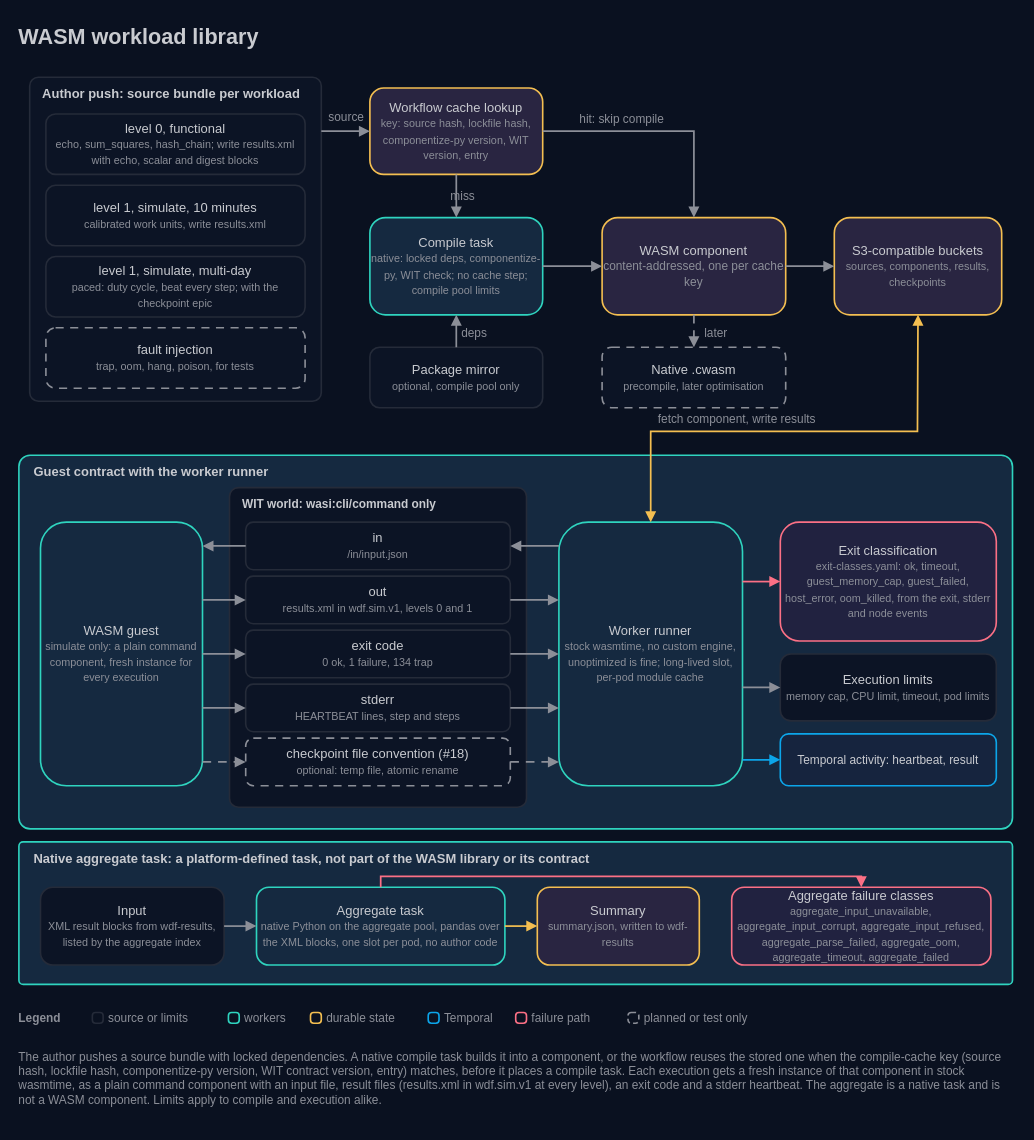
This is docs/architecture/14-wasm-workload-library.drawio from AndoNorth/wasm-dag-forge, a draw.io file, before an edit. Source tidied: cells renumbered, new cells numbered last; positions are measured from the earlier drawing's top-left corner, leaving out a move shared by most shapes. Both pictures are drawn from the tidied source at 108%, with x=0, y=0 at pixel (18, 18).
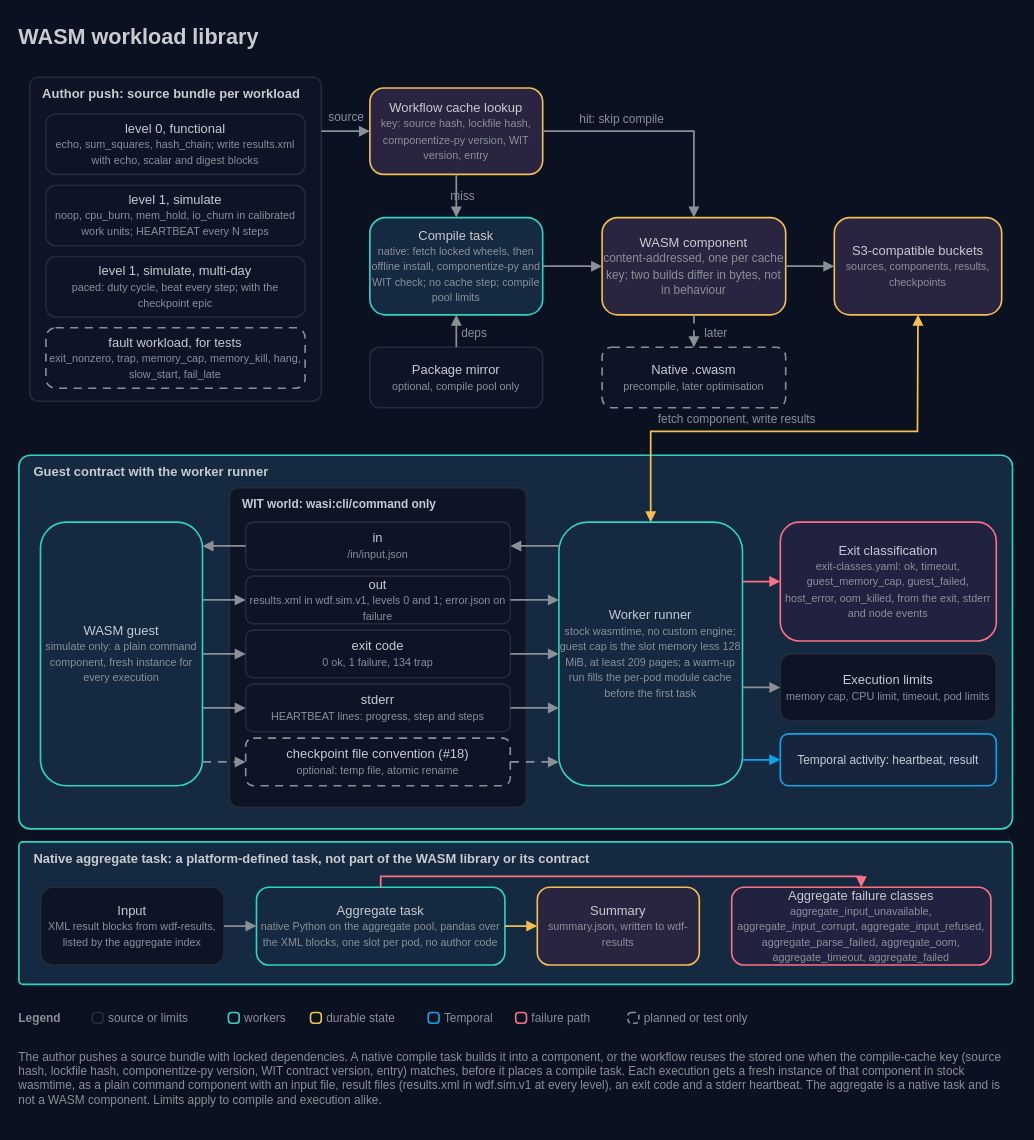
Above is the later version.

Commit message (it also covers changes not shown here):
docs(workload): exit test record and closure of the workload toolchain spec, refined architecture note

Change to the diagram source:
```diff
@@
-    <mxCell id="5" value="level 1, simulate, 10 minutes&lt;br&gt;&lt;font color=&quot;#8c8f98&quot; style=&quot;font-size:10px&quot;&gt;calibrated work units, write results.xml&lt;/font&gt;" style="rounded=1;arcSize=16;html=1;whiteSpace=wrap;fillColor=#0c1425;strokeColor=#252b39;strokeWidth=1.5;fontColor=#c9cbd0;fontSize=12;fontFamily=IBM Plex Sans;align=center;verticalAlign=middle;" parent="1" vertex="1">
+    <mxCell id="5" value="level 1, simulate&lt;br&gt;&lt;font color=&quot;#8c8f98&quot; style=&quot;font-size:10px&quot;&gt;noop, cpu_burn, mem_hold, io_churn in calibrated work units; HEARTBEAT every N steps&lt;/font&gt;" style="rounded=1;arcSize=16;html=1;whiteSpace=wrap;fillColor=#0c1425;strokeColor=#252b39;strokeWidth=1.5;fontColor=#c9cbd0;fontSize=12;fontFamily=IBM Plex Sans;align=center;verticalAlign=middle;" parent="1" vertex="1">
       <mxGeometry x="25" y="154" width="240" height="56" as="geometry" />
     </mxCell>
@@
-    <mxCell id="8" value="fault injection&lt;br&gt;&lt;font color=&quot;#8c8f98&quot; style=&quot;font-size:10px&quot;&gt;trap, oom, hang, poison, for tests&lt;/font&gt;" style="rounded=1;arcSize=16;html=1;whiteSpace=wrap;fillColor=#0c1425;strokeColor=#8c8f98;strokeWidth=1.5;dashed=1;dashPattern=5 4;fontColor=#c9cbd0;fontSize=12;fontFamily=IBM Plex Sans;align=center;verticalAlign=middle;" parent="1" vertex="1">
+    <mxCell id="8" value="fault workload, for tests&lt;br&gt;&lt;font color=&quot;#8c8f98&quot; style=&quot;font-size:10px&quot;&gt;exit_nonzero, trap, memory_cap, memory_kill, hang, slow_start, fail_late&lt;/font&gt;" style="rounded=1;arcSize=16;html=1;whiteSpace=wrap;fillColor=#0c1425;strokeColor=#8c8f98;strokeWidth=1.5;dashed=1;dashPattern=5 4;fontColor=#c9cbd0;fontSize=12;fontFamily=IBM Plex Sans;align=center;verticalAlign=middle;" parent="1" vertex="1">
       <mxGeometry x="25" y="286" width="240" height="56" as="geometry" />
     </mxCell>
@@
-    <mxCell id="10" value="Compile task&lt;br&gt;&lt;font color=&quot;#8c8f98&quot; style=&quot;font-size:10px&quot;&gt;native: locked deps, componentize-py, WIT check; no cache step; compile pool limits&lt;/font&gt;" style="rounded=1;arcSize=16;html=1;whiteSpace=wrap;fillColor=#152940;strokeColor=#2fd4bf;strokeWidth=1.5;fontColor=#c9cbd0;fontSize=12;fontFamily=IBM Plex Sans;align=center;verticalAlign=middle;" parent="1" vertex="1">
+    <mxCell id="10" value="Compile task&lt;br&gt;&lt;font color=&quot;#8c8f98&quot; style=&quot;font-size:10px&quot;&gt;native: fetch locked wheels, then offline install, componentize-py and WIT check; no cache step; compile pool limits&lt;/font&gt;" style="rounded=1;arcSize=16;html=1;whiteSpace=wrap;fillColor=#152940;strokeColor=#2fd4bf;strokeWidth=1.5;fontColor=#c9cbd0;fontSize=12;fontFamily=IBM Plex Sans;align=center;verticalAlign=middle;" parent="1" vertex="1">
       <mxGeometry x="325" y="184" width="160" height="90" as="geometry" />
     </mxCell>
@@
-    <mxCell id="12" value="WASM component&lt;br&gt;&lt;font color=&quot;#8c8f98&quot; style=&quot;font-size:11px&quot;&gt;content-addressed, one per cache key&lt;/font&gt;" style="rounded=1;arcSize=16;html=1;whiteSpace=wrap;fillColor=#292541;strokeColor=#f4bf51;strokeWidth=1.5;fontColor=#c9cbd0;fontSize=12;fontFamily=IBM Plex Sans;align=center;verticalAlign=middle;" parent="1" vertex="1">
+    <mxCell id="12" value="WASM component&lt;br&gt;&lt;font color=&quot;#8c8f98&quot; style=&quot;font-size:11px&quot;&gt;content-addressed, one per cache key; two builds differ in bytes, not in behaviour&lt;/font&gt;" style="rounded=1;arcSize=16;html=1;whiteSpace=wrap;fillColor=#292541;strokeColor=#f4bf51;strokeWidth=1.5;fontColor=#c9cbd0;fontSize=12;fontFamily=IBM Plex Sans;align=center;verticalAlign=middle;" parent="1" vertex="1">
       <mxGeometry x="540" y="184" width="170" height="90" as="geometry" />
     </mxCell>
@@
-    <mxCell id="39" value="out&lt;br&gt;&lt;font color=&quot;#8c8f98&quot; style=&quot;font-size:10px&quot;&gt;results.xml in wdf.sim.v1, levels 0 and 1&lt;/font&gt;" style="rounded=1;arcSize=16;html=1;whiteSpace=wrap;fillColor=#0c1425;strokeColor=#252b39;strokeWidth=1.5;fontColor=#c9cbd0;fontSize=12;fontFamily=IBM Plex Sans;align=center;verticalAlign=middle;" parent="1" vertex="1">
+    <mxCell id="39" value="out&lt;br&gt;&lt;font color=&quot;#8c8f98&quot; style=&quot;font-size:10px&quot;&gt;results.xml in wdf.sim.v1, levels 0 and 1; error.json on failure&lt;/font&gt;" style="rounded=1;arcSize=16;html=1;whiteSpace=wrap;fillColor=#0c1425;strokeColor=#252b39;strokeWidth=1.5;fontColor=#c9cbd0;fontSize=12;fontFamily=IBM Plex Sans;align=center;verticalAlign=middle;" parent="1" vertex="1">
       <mxGeometry x="210" y="516" width="245" height="44" as="geometry" />
     </mxCell>
@@
-    <mxCell id="41" value="stderr&lt;br&gt;&lt;font color=&quot;#8c8f98&quot; style=&quot;font-size:10px&quot;&gt;HEARTBEAT lines, step and steps&lt;/font&gt;" style="rounded=1;arcSize=16;html=1;whiteSpace=wrap;fillColor=#0c1425;strokeColor=#252b39;strokeWidth=1.5;fontColor=#c9cbd0;fontSize=12;fontFamily=IBM Plex Sans;align=center;verticalAlign=middle;" parent="1" vertex="1">
+    <mxCell id="41" value="stderr&lt;br&gt;&lt;font color=&quot;#8c8f98&quot; style=&quot;font-size:10px&quot;&gt;HEARTBEAT lines: progress, step and steps&lt;/font&gt;" style="rounded=1;arcSize=16;html=1;whiteSpace=wrap;fillColor=#0c1425;strokeColor=#252b39;strokeWidth=1.5;fontColor=#c9cbd0;fontSize=12;fontFamily=IBM Plex Sans;align=center;verticalAlign=middle;" parent="1" vertex="1">
       <mxGeometry x="210" y="616" width="245" height="44" as="geometry" />
     </mxCell>
@@
-    <mxCell id="50" value="Worker runner&lt;br&gt;&lt;font color=&quot;#8c8f98&quot; style=&quot;font-size:10px&quot;&gt;stock wasmtime, no custom engine, unoptimized is fine; long-lived slot, per-pod module cache&lt;/font&gt;" style="rounded=1;arcSize=16;html=1;whiteSpace=wrap;fillColor=#152940;strokeColor=#2fd4bf;strokeWidth=1.5;fontColor=#c9cbd0;fontSize=12;fontFamily=IBM Plex Sans;align=center;verticalAlign=middle;" parent="1" vertex="1">
+    <mxCell id="50" value="Worker runner&lt;br&gt;&lt;font color=&quot;#8c8f98&quot; style=&quot;font-size:10px&quot;&gt;stock wasmtime, no custom engine; guest cap is the slot memory less 128 MiB, at least 209 pages; a warm-up run fills the per-pod module cache before the first task&lt;/font&gt;" style="rounded=1;arcSize=16;html=1;whiteSpace=wrap;fillColor=#152940;strokeColor=#2fd4bf;strokeWidth=1.5;fontColor=#c9cbd0;fontSize=12;fontFamily=IBM Plex Sans;align=center;verticalAlign=middle;" parent="1" vertex="1">
       <mxGeometry x="500" y="466" width="170" height="244" as="geometry" />
     </mxCell>
```
